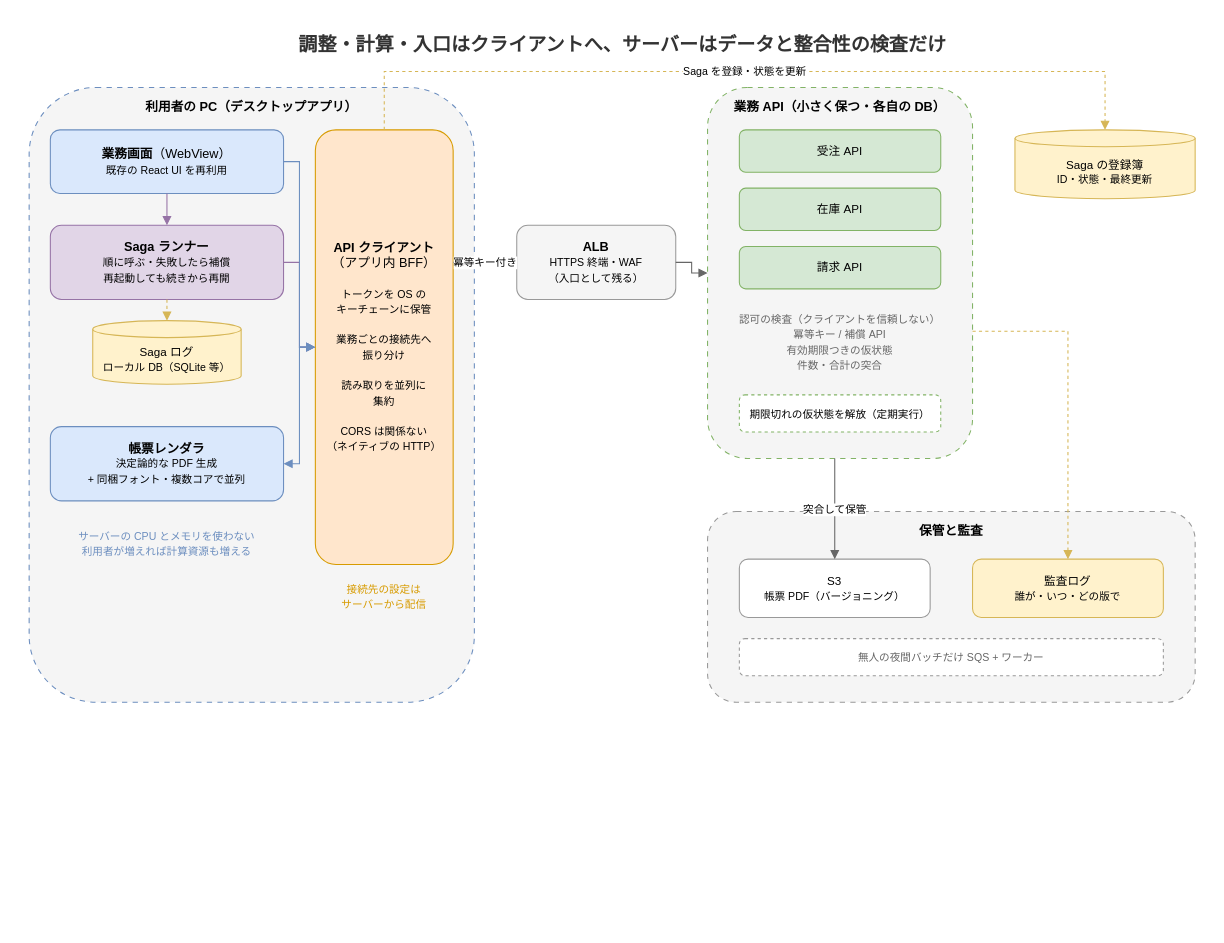
hdknr/blogs keeps this draw.io diagram as static/images/distributed-spa-architecture.drawio. Above is the earlier version. Source tidied: cells renumbered, new cells numbered last; positions are measured from the earlier drawing's top-left corner, leaving out a move shared by most shapes. Both pictures are drawn from the tidied source at 106%, with x=0, y=0 at pixel (29, 29).
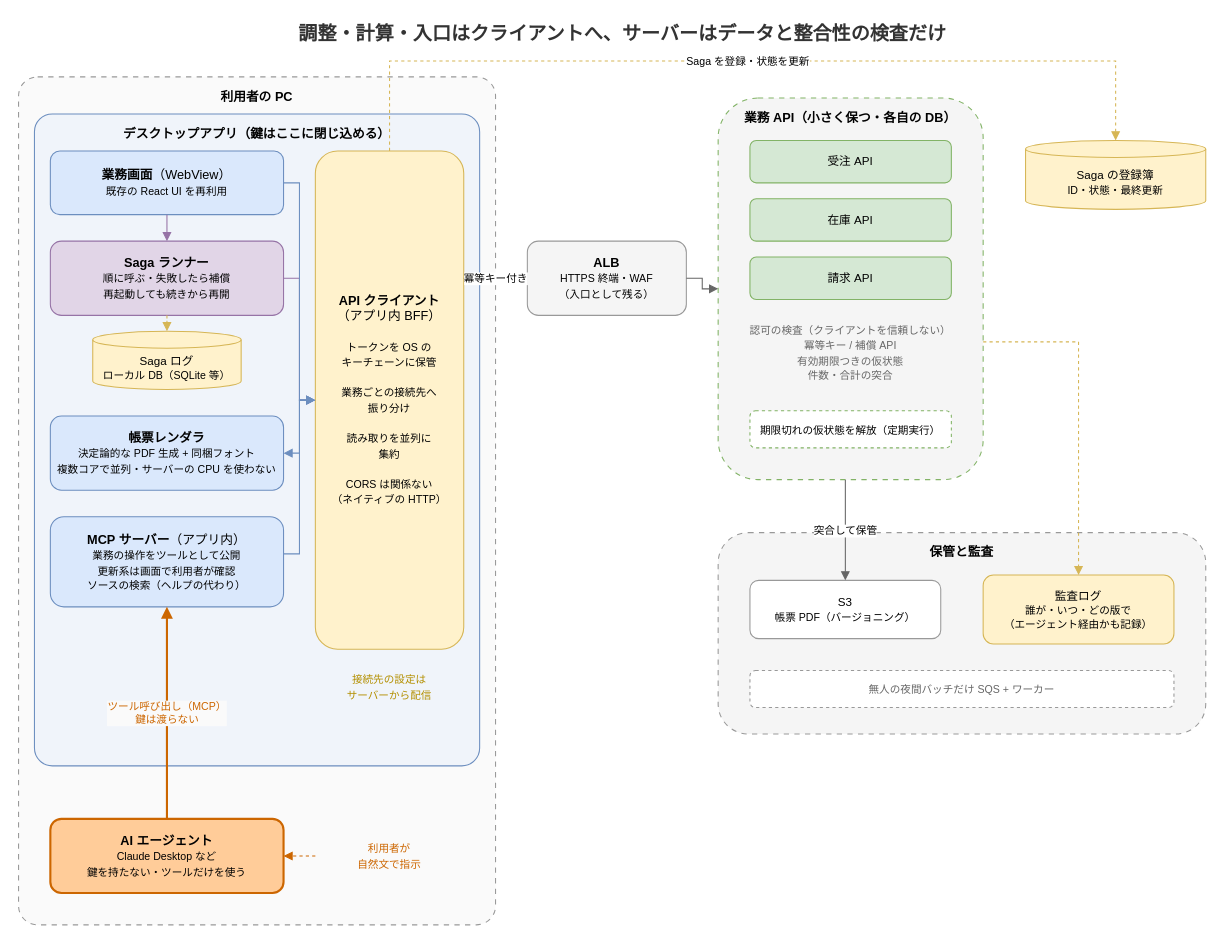
The same page after the edit.

Diff of the diagram source:
```diff
@@
     <mxCell id="2" value="調整・計算・入口はクライアントへ、サーバーはデータと整合性の検査だけ" style="text;html=1;fontSize=18;fontStyle=1;align=center;verticalAlign=middle;whiteSpace=wrap;fontColor=#333333;" parent="1" vertex="1">
-      <mxGeometry x="160" width="800" height="30" as="geometry" />
+      <mxGeometry x="160" y="-10" width="800" height="30" as="geometry" />
     </mxCell>
+    <mxCell id="33" value="利用者の PC" style="rounded=1;whiteSpace=wrap;html=1;fillColor=#fafafa;strokeColor=#999999;fontStyle=1;fontSize=12;verticalAlign=top;spacingTop=5;dashed=1;dashPattern=5 5;arcSize=4;" parent="1" vertex="1">
+      <mxGeometry x="-10" y="45" width="450" height="800" as="geometry" />
+    </mxCell>
-    <mxCell id="3" value="利用者の PC（デスクトップアプリ）" style="rounded=1;whiteSpace=wrap;html=1;fillColor=#f5f5f5;strokeColor=#6c8ebf;fontStyle=1;fontSize=12;verticalAlign=top;spacingTop=5;dashed=1;dashPattern=5 5;" parent="1" vertex="1">
-      <mxGeometry y="55" width="420" height="580" as="geometry" />
+    <mxCell id="3" value="デスクトップアプリ（鍵はここに閉じ込める）" style="rounded=1;whiteSpace=wrap;html=1;fillColor=#f0f4fa;strokeColor=#6c8ebf;fontStyle=1;fontSize=12;verticalAlign=top;spacingTop=5;arcSize=4;" parent="1" vertex="1">
+      <mxGeometry x="5" y="80" width="420" height="615" as="geometry" />
     </mxCell>
     <mxCell id="4" value="&lt;b&gt;業務画面&lt;/b&gt;（WebView）&lt;br&gt;&lt;font style=&quot;font-size:10px&quot;&gt;既存の React UI を再利用&lt;/font&gt;" style="rounded=1;whiteSpace=wrap;html=1;fillColor=#dae8fc;strokeColor=#6c8ebf;fontSize=12;" parent="1" vertex="1">
-      <mxGeometry x="20" y="95" width="220" height="60" as="geometry" />
+      <mxGeometry x="20" y="115" width="220" height="60" as="geometry" />
     </mxCell>
     <mxCell id="5" value="&lt;b&gt;Saga ランナー&lt;/b&gt;&lt;br&gt;&lt;font style=&quot;font-size:10px&quot;&gt;順に呼ぶ・失敗したら補償&lt;br&gt;再起動しても続きから再開&lt;/font&gt;" style="rounded=1;whiteSpace=wrap;html=1;fillColor=#e1d5e7;strokeColor=#9673a6;fontSize=12;" parent="1" vertex="1">
-      <mxGeometry x="20" y="185" width="220" height="70" as="geometry" />
+      <mxGeometry x="20" y="200" width="220" height="70" as="geometry" />
     </mxCell>
     <mxCell id="6" value="Saga ログ&lt;br&gt;&lt;font style=&quot;font-size:10px&quot;&gt;ローカル DB（SQLite 等）&lt;/font&gt;" style="shape=cylinder3;whiteSpace=wrap;html=1;boundedLbl=1;size=8;fillColor=#fff2cc;strokeColor=#d6b656;fontSize=11;" parent="1" vertex="1">
-      <mxGeometry x="60" y="275" width="140" height="60" as="geometry" />
+      <mxGeometry x="60" y="285" width="140" height="55" as="geometry" />
     </mxCell>
-    <mxCell id="7" value="&lt;b&gt;帳票レンダラ&lt;/b&gt;&lt;br&gt;&lt;font style=&quot;font-size:10px&quot;&gt;決定論的な PDF 生成&lt;br&gt;+ 同梱フォント・複数コアで並列&lt;/font&gt;" style="rounded=1;whiteSpace=wrap;html=1;fillColor=#dae8fc;strokeColor=#6c8ebf;fontSize=12;" parent="1" vertex="1">
-      <mxGeometry x="20" y="375" width="220" height="70" as="geometry" />
+    <mxCell id="7" value="&lt;b&gt;帳票レンダラ&lt;/b&gt;&lt;br&gt;&lt;font style=&quot;font-size:10px&quot;&gt;決定論的な PDF 生成 + 同梱フォント&lt;br&gt;複数コアで並列・サーバーの CPU を使わない&lt;/font&gt;" style="rounded=1;whiteSpace=wrap;html=1;fillColor=#dae8fc;strokeColor=#6c8ebf;fontSize=12;" parent="1" vertex="1">
+      <mxGeometry x="20" y="365" width="220" height="70" as="geometry" />
     </mxCell>
-    <mxCell id="8" value="&lt;font style=&quot;font-size:10px&quot;&gt;サーバーの CPU とメモリを使わない&lt;br&gt;利用者が増えれば計算資源も増える&lt;/font&gt;" style="text;html=1;align=center;verticalAlign=middle;whiteSpace=wrap;fontColor=#6c8ebf;" parent="1" vertex="1">
-      <mxGeometry x="20" y="465" width="220" height="40" as="geometry" />
-    </mxCell>
+    <mxCell id="34" value="&lt;b&gt;MCP サーバー&lt;/b&gt;（アプリ内）&lt;br&gt;&lt;font style=&quot;font-size:10px&quot;&gt;業務の操作をツールとして公開&lt;br&gt;更新系は画面で利用者が確認&lt;br&gt;ソースの検索（ヘルプの代わり）&lt;/font&gt;" style="rounded=1;whiteSpace=wrap;html=1;fillColor=#dae8fc;strokeColor=#6c8ebf;fontSize=12;" parent="1" vertex="1">
+      <mxGeometry x="20" y="460" width="220" height="85" as="geometry" />
+    </mxCell>
-    <mxCell id="9" value="&lt;b&gt;API クライアント&lt;/b&gt;&lt;br&gt;（アプリ内 BFF）&lt;br&gt;&lt;br&gt;&lt;font style=&quot;font-size:10px&quot;&gt;トークンを OS の&lt;br&gt;キーチェーンに保管&lt;br&gt;&lt;br&gt;業務ごとの接続先へ&lt;br&gt;振り分け&lt;br&gt;&lt;br&gt;読み取りを並列に&lt;br&gt;集約&lt;br&gt;&lt;br&gt;CORS は関係ない&lt;br&gt;（ネイティブの HTTP）&lt;/font&gt;" style="rounded=1;whiteSpace=wrap;html=1;fillColor=#ffe6cc;strokeColor=#d79b00;fontSize=12;" parent="1" vertex="1">
-      <mxGeometry x="270" y="95" width="130" height="410" as="geometry" />
+    <mxCell id="9" value="&lt;b&gt;API クライアント&lt;/b&gt;&lt;br&gt;（アプリ内 BFF）&lt;br&gt;&lt;br&gt;&lt;font style=&quot;font-size:10px&quot;&gt;トークンを OS の&lt;br&gt;キーチェーンに保管&lt;br&gt;&lt;br&gt;業務ごとの接続先へ&lt;br&gt;振り分け&lt;br&gt;&lt;br&gt;読み取りを並列に&lt;br&gt;集約&lt;br&gt;&lt;br&gt;CORS は関係ない&lt;br&gt;（ネイティブの HTTP）&lt;/font&gt;" style="rounded=1;whiteSpace=wrap;html=1;fillColor=#fff2cc;strokeColor=#d6b656;fontSize=12;" parent="1" vertex="1">
+      <mxGeometry x="270" y="115" width="140" height="470" as="geometry" />
     </mxCell>
-    <mxCell id="10" value="&lt;font style=&quot;font-size:10px&quot;&gt;接続先の設定は&lt;br&gt;サーバーから配信&lt;/font&gt;" style="text;html=1;align=center;verticalAlign=middle;whiteSpace=wrap;fontColor=#d79b00;" parent="1" vertex="1">
-      <mxGeometry x="260" y="515" width="150" height="40" as="geometry" />
+    <mxCell id="10" value="&lt;font style=&quot;font-size:10px&quot;&gt;接続先の設定は&lt;br&gt;サーバーから配信&lt;/font&gt;" style="text;html=1;align=center;verticalAlign=middle;whiteSpace=wrap;fontColor=#b38f00;" parent="1" vertex="1">
+      <mxGeometry x="265" y="600" width="150" height="40" as="geometry" />
     </mxCell>
+    <mxCell id="35" value="&lt;b&gt;AI エージェント&lt;/b&gt;&lt;br&gt;&lt;font style=&quot;font-size:10px&quot;&gt;Claude Desktop など&lt;br&gt;鍵を持たない・ツールだけを使う&lt;/font&gt;" style="rounded=1;whiteSpace=wrap;html=1;fillColor=#ffcc99;strokeColor=#cc6600;fontSize=12;strokeWidth=2;" parent="1" vertex="1">
+      <mxGeometry x="20" y="745" width="220" height="70" as="geometry" />
+    </mxCell>
+    <mxCell id="36" value="&lt;font style=&quot;font-size:10px&quot;&gt;利用者が&lt;br&gt;自然文で指示&lt;/font&gt;" style="text;html=1;align=center;verticalAlign=middle;whiteSpace=wrap;fontColor=#cc6600;" parent="1" vertex="1">
+      <mxGeometry x="270" y="755" width="140" height="50" as="geometry" />
+    </mxCell>
     <mxCell id="11" value="&lt;b&gt;ALB&lt;/b&gt;&lt;br&gt;&lt;font style=&quot;font-size:10px&quot;&gt;HTTPS 終端・WAF&lt;br&gt;（入口として残る）&lt;/font&gt;" style="rounded=1;whiteSpace=wrap;html=1;fillColor=#f5f5f5;strokeColor=#999999;fontSize=12;" parent="1" vertex="1">
-      <mxGeometry x="460" y="185" width="150" height="70" as="geometry" />
+      <mxGeometry x="470" y="200" width="150" height="70" as="geometry" />
     </mxCell>
     <mxCell id="12" value="業務 API（小さく保つ・各自の DB）" style="rounded=1;whiteSpace=wrap;html=1;fillColor=#f5f5f5;strokeColor=#82b366;fontStyle=1;fontSize=12;verticalAlign=top;spacingTop=5;dashed=1;dashPattern=5 5;" parent="1" vertex="1">
-      <mxGeometry x="640" y="55" width="250" height="350" as="geometry" />
+      <mxGeometry x="650" y="65" width="250" height="360" as="geometry" />
     </mxCell>
     <mxCell id="13" value="受注 API" style="rounded=1;whiteSpace=wrap;html=1;fillColor=#d5e8d4;strokeColor=#82b366;fontSize=11;" parent="1" vertex="1">
-      <mxGeometry x="670" y="95" width="190" height="40" as="geometry" />
+      <mxGeometry x="680" y="105" width="190" height="40" as="geometry" />
     </mxCell>
     <mxCell id="14" value="在庫 API" style="rounded=1;whiteSpace=wrap;html=1;fillColor=#d5e8d4;strokeColor=#82b366;fontSize=11;" parent="1" vertex="1">
-      <mxGeometry x="670" y="150" width="190" height="40" as="geometry" />
+      <mxGeometry x="680" y="160" width="190" height="40" as="geometry" />
     </mxCell>
     <mxCell id="15" value="請求 API" style="rounded=1;whiteSpace=wrap;html=1;fillColor=#d5e8d4;strokeColor=#82b366;fontSize=11;" parent="1" vertex="1">
-      <mxGeometry x="670" y="205" width="190" height="40" as="geometry" />
+      <mxGeometry x="680" y="215" width="190" height="40" as="geometry" />
     </mxCell>
     <mxCell id="16" value="&lt;font style=&quot;font-size:10px&quot;&gt;認可の検査（クライアントを信頼しない）&lt;br&gt;冪等キー / 補償 API&lt;br&gt;有効期限つきの仮状態&lt;br&gt;件数・合計の突合&lt;/font&gt;" style="text;html=1;align=center;verticalAlign=middle;whiteSpace=wrap;fontColor=#666666;" parent="1" vertex="1">
-      <mxGeometry x="660" y="260" width="210" height="70" as="geometry" />
+      <mxGeometry x="670" y="270" width="210" height="70" as="geometry" />
     </mxCell>
     <mxCell id="17" value="&lt;font style=&quot;font-size:10px&quot;&gt;期限切れの仮状態を解放（定期実行）&lt;/font&gt;" style="rounded=1;whiteSpace=wrap;html=1;fillColor=#ffffff;strokeColor=#82b366;dashed=1;fontSize=10;" parent="1" vertex="1">
-      <mxGeometry x="670" y="345" width="190" height="35" as="geometry" />
+      <mxGeometry x="680" y="360" width="190" height="35" as="geometry" />
     </mxCell>
     <mxCell id="18" value="Saga の登録簿&lt;br&gt;&lt;font style=&quot;font-size:10px&quot;&gt;ID・状態・最終更新&lt;/font&gt;" style="shape=cylinder3;whiteSpace=wrap;html=1;boundedLbl=1;size=8;fillColor=#fff2cc;strokeColor=#d6b656;fontSize=11;" parent="1" vertex="1">
-      <mxGeometry x="930" y="95" width="170" height="65" as="geometry" />
+      <mxGeometry x="940" y="105" width="170" height="65" as="geometry" />
     </mxCell>
     <mxCell id="19" value="保管と監査" style="rounded=1;whiteSpace=wrap;html=1;fillColor=#f5f5f5;strokeColor=#999999;fontStyle=1;fontSize=12;verticalAlign=top;spacingTop=5;dashed=1;dashPattern=5 5;" parent="1" vertex="1">
-      <mxGeometry x="640" y="455" width="460" height="180" as="geometry" />
+      <mxGeometry x="650" y="475" width="460" height="190" as="geometry" />
     </mxCell>
     <mxCell id="20" value="S3&lt;br&gt;&lt;font style=&quot;font-size:10px&quot;&gt;帳票 PDF（バージョニング）&lt;/font&gt;" style="rounded=1;whiteSpace=wrap;html=1;fillColor=#ffffff;strokeColor=#999999;fontSize=11;" parent="1" vertex="1">
-      <mxGeometry x="670" y="500" width="180" height="55" as="geometry" />
+      <mxGeometry x="680" y="520" width="180" height="55" as="geometry" />
     </mxCell>
-    <mxCell id="21" value="監査ログ&lt;br&gt;&lt;font style=&quot;font-size:10px&quot;&gt;誰が・いつ・どの版で&lt;/font&gt;" style="rounded=1;whiteSpace=wrap;html=1;fillColor=#fff2cc;strokeColor=#d6b656;fontSize=11;" parent="1" vertex="1">
-      <mxGeometry x="890" y="500" width="180" height="55" as="geometry" />
+    <mxCell id="21" value="監査ログ&lt;br&gt;&lt;font style=&quot;font-size:10px&quot;&gt;誰が・いつ・どの版で&lt;br&gt;（エージェント経由かも記録）&lt;/font&gt;" style="rounded=1;whiteSpace=wrap;html=1;fillColor=#fff2cc;strokeColor=#d6b656;fontSize=11;" parent="1" vertex="1">
+      <mxGeometry x="900" y="515" width="180" height="65" as="geometry" />
     </mxCell>
     <mxCell id="22" value="&lt;font style=&quot;font-size:10px&quot;&gt;無人の夜間バッチだけ SQS + ワーカー&lt;/font&gt;" style="rounded=1;whiteSpace=wrap;html=1;fillColor=#ffffff;strokeColor=#999999;dashed=1;fontSize=10;fontColor=#666666;" parent="1" vertex="1">
-      <mxGeometry x="670" y="575" width="400" height="35" as="geometry" />
+      <mxGeometry x="680" y="605" width="400" height="35" as="geometry" />
     </mxCell>
@@
     <mxCell id="25" style="edgeStyle=orthogonalEdgeStyle;rounded=0;html=1;endArrow=block;strokeColor=#9673a6;" parent="1" edge="1" source="5" target="9">
       <mxGeometry relative="1" as="geometry">
         <Array as="points">
-          <mxPoint x="255" y="220" />
+          <mxPoint x="255" y="235" />
         </Array>
       </mxGeometry>
     </mxCell>
     <mxCell id="26" style="edgeStyle=orthogonalEdgeStyle;rounded=0;html=1;endArrow=block;startArrow=block;strokeColor=#6c8ebf;" parent="1" edge="1" source="7" target="9">
       <mxGeometry relative="1" as="geometry">
         <Array as="points">
-          <mxPoint x="255" y="410" />
+          <mxPoint x="255" y="400" />
         </Array>
       </mxGeometry>
     </mxCell>
     <mxCell id="27" style="edgeStyle=orthogonalEdgeStyle;rounded=0;html=1;endArrow=block;strokeColor=#6c8ebf;" parent="1" edge="1" source="4" target="9">
       <mxGeometry relative="1" as="geometry">
         <Array as="points">
-          <mxPoint x="255" y="125" />
+          <mxPoint x="255" y="145" />
         </Array>
       </mxGeometry>
     </mxCell>
+    <mxCell id="37" style="edgeStyle=orthogonalEdgeStyle;rounded=0;html=1;endArrow=block;strokeColor=#6c8ebf;" parent="1" edge="1" source="34" target="9">
+      <mxGeometry relative="1" as="geometry">
+        <Array as="points">
+          <mxPoint x="255" y="495" />
+        </Array>
+      </mxGeometry>
+    </mxCell>
+    <mxCell id="38" value="ツール呼び出し（MCP）&lt;br&gt;鍵は渡らない" style="edgeStyle=orthogonalEdgeStyle;rounded=0;html=1;endArrow=block;strokeColor=#cc6600;strokeWidth=2;fontSize=10;fontColor=#cc6600;labelBackgroundColor=#fafafa;" parent="1" edge="1" source="35" target="34">
+      <mxGeometry relative="1" as="geometry" />
+    </mxCell>
+    <mxCell id="39" style="edgeStyle=orthogonalEdgeStyle;rounded=0;html=1;endArrow=block;strokeColor=#cc6600;dashed=1;" parent="1" edge="1" source="36" target="35">
+      <mxGeometry relative="1" as="geometry" />
+    </mxCell>
     <mxCell id="28" value="冪等キー付き" style="edgeStyle=orthogonalEdgeStyle;rounded=0;html=1;endArrow=block;strokeColor=#666666;fontSize=10;" parent="1" edge="1" source="9" target="11">
       <mxGeometry relative="1" as="geometry">
         <Array as="points">
-          <mxPoint x="430" y="220" />
+          <mxPoint x="445" y="235" />
         </Array>
       </mxGeometry>
     </mxCell>
@@
     <mxCell id="30" value="Saga を登録・状態を更新" style="edgeStyle=orthogonalEdgeStyle;rounded=0;html=1;endArrow=block;strokeColor=#d6b656;fontSize=10;dashed=1;" parent="1" edge="1" source="9" target="18">
       <mxGeometry relative="1" as="geometry">
         <Array as="points">
-          <mxPoint x="335" y="40" />
-          <mxPoint x="1015" y="40" />
+          <mxPoint x="340" y="30" />
+          <mxPoint x="1025" y="30" />
         </Array>
       </mxGeometry>
     </mxCell>
     <mxCell id="31" value="突合して保管" style="edgeStyle=orthogonalEdgeStyle;rounded=0;html=1;endArrow=block;strokeColor=#666666;fontSize=10;" parent="1" edge="1" source="12" target="20">
       <mxGeometry relative="1" as="geometry">
         <Array as="points">
-          <mxPoint x="760" y="430" />
-          <mxPoint x="760" y="430" />
+          <mxPoint x="770" y="450" />
         </Array>
       </mxGeometry>
     </mxCell>
     <mxCell id="32" style="edgeStyle=orthogonalEdgeStyle;rounded=0;html=1;endArrow=block;strokeColor=#d6b656;dashed=1;" parent="1" edge="1" source="12" target="21">
       <mxGeometry relative="1" as="geometry">
         <Array as="points">
-          <mxPoint x="980" y="285" />
+          <mxPoint x="990" y="295" />
         </Array>
       </mxGeometry>
     </mxCell>
```
